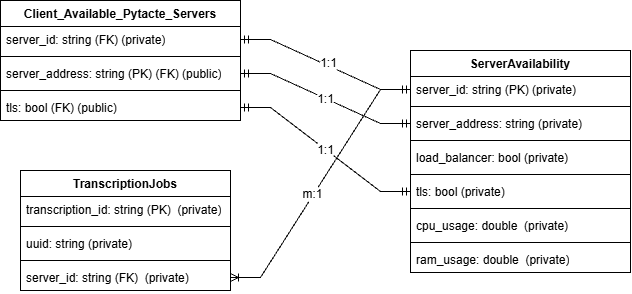
This is Pytacte-py/data/Database_Schema.drawio.png from CSharpTeoMan911/Pytacte, a draw.io export, as it was before one commit. Source tidied: cells renumbered, new cells last; positions are measured from the earlier drawing's top-left corner, leaving out a move shared by most shapes. Its diagram source:
```xml
<mxGraphModel background="light-dark(#ffffff, #121212)">
  <root>
    <mxCell id="0" />
    <mxCell id="1" parent="0" />
    <mxCell id="2" value="TranscriptionJobs&lt;div&gt;&lt;br&gt;&lt;/div&gt;" style="swimlane;fontStyle=1;align=center;verticalAlign=top;horizontal=1;startSize=26;whiteSpace=wrap;html=1;" parent="1" vertex="1">
      <mxGeometry x="20" y="170" width="210" height="120" as="geometry" />
    </mxCell>
    <mxCell id="3" value="transcription_id: string (PK)&amp;nbsp;&amp;nbsp;(private)" style="text;strokeColor=none;fillColor=none;align=left;verticalAlign=top;spacingLeft=4;spacingRight=4;overflow=hidden;whiteSpace=wrap;html=1;" parent="2" vertex="1">
      <mxGeometry y="26" width="210" height="26" as="geometry" />
    </mxCell>
    <mxCell id="4" style="line;strokeWidth=1;fillColor=none;align=left;verticalAlign=middle;spacingTop=-1;spacingLeft=3;spacingRight=3;labelPosition=right;strokeColor=inherit;labelPerimeter=1;" parent="2" vertex="1">
      <mxGeometry y="52" width="210" height="8" as="geometry" />
    </mxCell>
    <mxCell id="5" value="uuid: string (private)" style="text;strokeColor=none;fillColor=none;align=left;verticalAlign=top;spacingLeft=4;spacingRight=4;overflow=hidden;whiteSpace=wrap;html=1;" parent="2" vertex="1">
      <mxGeometry y="60" width="210" height="26" as="geometry" />
    </mxCell>
    <mxCell id="6" style="line;strokeWidth=1;fillColor=none;align=left;verticalAlign=middle;spacingTop=-1;spacingLeft=3;spacingRight=3;labelPosition=right;strokeColor=inherit;labelPerimeter=1;" parent="2" vertex="1">
      <mxGeometry y="86" width="210" height="8" as="geometry" />
    </mxCell>
    <mxCell id="7" value="server_id: string (FK)&amp;nbsp; (private)" style="text;strokeColor=none;fillColor=none;align=left;verticalAlign=top;spacingLeft=4;spacingRight=4;overflow=hidden;points=[[0,0.5],[1,0.5]];portConstraint=eastwest;whiteSpace=wrap;html=1;" parent="2" vertex="1">
      <mxGeometry y="94" width="210" height="26" as="geometry" />
    </mxCell>
    <mxCell id="8" value="ServerAvailability" style="swimlane;fontStyle=1;align=center;verticalAlign=top;horizontal=1;startSize=26;whiteSpace=wrap;html=1;" parent="1" vertex="1">
      <mxGeometry x="410" y="50" width="220" height="222" as="geometry" />
    </mxCell>
    <mxCell id="9" value="server_id: string (PK) (private)" style="text;strokeColor=none;fillColor=none;align=left;verticalAlign=top;spacingLeft=4;spacingRight=4;overflow=hidden;points=[[0,0.5],[1,0.5]];portConstraint=eastwest;whiteSpace=wrap;html=1;" parent="8" vertex="1">
      <mxGeometry y="26" width="220" height="26" as="geometry" />
    </mxCell>
    <mxCell id="10" style="line;strokeWidth=1;fillColor=none;align=left;verticalAlign=middle;spacingTop=-1;spacingLeft=3;spacingRight=3;labelPosition=right;strokeColor=inherit;labelPerimeter=1;" parent="8" vertex="1">
      <mxGeometry y="52" width="220" height="8" as="geometry" />
    </mxCell>
    <mxCell id="11" value="server_address: string (private)" style="text;strokeColor=none;fillColor=none;align=left;verticalAlign=top;spacingLeft=4;spacingRight=4;overflow=hidden;points=[[0,0.5],[1,0.5]];portConstraint=eastwest;whiteSpace=wrap;html=1;" parent="8" vertex="1">
      <mxGeometry y="60" width="220" height="26" as="geometry" />
    </mxCell>
    <mxCell id="12" style="line;strokeWidth=1;fillColor=none;align=left;verticalAlign=middle;spacingTop=-1;spacingLeft=3;spacingRight=3;labelPosition=right;strokeColor=inherit;labelPerimeter=1;" parent="8" vertex="1">
      <mxGeometry y="86" width="220" height="8" as="geometry" />
    </mxCell>
    <mxCell id="13" value="load_balancer: bool (private)" style="text;strokeColor=none;fillColor=none;align=left;verticalAlign=top;spacingLeft=4;spacingRight=4;overflow=hidden;whiteSpace=wrap;html=1;" parent="8" vertex="1">
      <mxGeometry y="94" width="220" height="26" as="geometry" />
    </mxCell>
    <mxCell id="14" style="line;strokeWidth=1;fillColor=none;align=left;verticalAlign=middle;spacingTop=-1;spacingLeft=3;spacingRight=3;labelPosition=right;strokeColor=inherit;labelPerimeter=1;" parent="8" vertex="1">
      <mxGeometry y="120" width="220" height="8" as="geometry" />
    </mxCell>
    <mxCell id="15" value="tls: bool (private)" style="text;strokeColor=none;fillColor=none;align=left;verticalAlign=top;spacingLeft=4;spacingRight=4;overflow=hidden;points=[[0,0.5],[1,0.5]];portConstraint=eastwest;whiteSpace=wrap;html=1;" parent="8" vertex="1">
      <mxGeometry y="128" width="220" height="26" as="geometry" />
    </mxCell>
    <mxCell id="16" style="line;strokeWidth=1;fillColor=none;align=left;verticalAlign=middle;spacingTop=-1;spacingLeft=3;spacingRight=3;labelPosition=right;strokeColor=inherit;labelPerimeter=1;" parent="8" vertex="1">
      <mxGeometry y="154" width="220" height="8" as="geometry" />
    </mxCell>
    <mxCell id="17" value="cpu_usage: double&amp;nbsp;&amp;nbsp;(private)" style="text;strokeColor=none;fillColor=none;align=left;verticalAlign=top;spacingLeft=4;spacingRight=4;overflow=hidden;whiteSpace=wrap;html=1;" parent="8" vertex="1">
      <mxGeometry y="162" width="220" height="26" as="geometry" />
    </mxCell>
    <mxCell id="18" style="line;strokeWidth=1;fillColor=none;align=left;verticalAlign=middle;spacingTop=-1;spacingLeft=3;spacingRight=3;labelPosition=right;strokeColor=inherit;labelPerimeter=1;" parent="8" vertex="1">
      <mxGeometry y="188" width="220" height="8" as="geometry" />
    </mxCell>
    <mxCell id="19" value="ram_usage: double&amp;nbsp;&amp;nbsp;(private)" style="text;strokeColor=none;fillColor=none;align=left;verticalAlign=top;spacingLeft=4;spacingRight=4;overflow=hidden;whiteSpace=wrap;html=1;" parent="8" vertex="1">
      <mxGeometry y="196" width="220" height="26" as="geometry" />
    </mxCell>
    <mxCell id="20" value="Client_Available_Pytacte_Servers" style="swimlane;fontStyle=1;align=center;verticalAlign=top;horizontal=1;startSize=26;whiteSpace=wrap;html=1;" parent="1" vertex="1">
      <mxGeometry width="240" height="120" as="geometry" />
    </mxCell>
    <mxCell id="21" value="server_id: string (FK) (private)" style="text;strokeColor=none;fillColor=none;align=left;verticalAlign=top;spacingLeft=4;spacingRight=4;overflow=hidden;points=[[0,0.5],[1,0.5]];portConstraint=eastwest;whiteSpace=wrap;html=1;" parent="20" vertex="1">
      <mxGeometry y="26" width="240" height="26" as="geometry" />
    </mxCell>
    <mxCell id="22" style="line;strokeWidth=1;fillColor=none;align=left;verticalAlign=middle;spacingTop=-1;spacingLeft=3;spacingRight=3;labelPosition=right;strokeColor=inherit;labelPerimeter=1;" parent="20" vertex="1">
      <mxGeometry y="52" width="240" height="8" as="geometry" />
    </mxCell>
    <mxCell id="23" value="server_address: string (PK) (FK) (public)" style="text;strokeColor=none;fillColor=none;align=left;verticalAlign=top;spacingLeft=4;spacingRight=4;overflow=hidden;points=[[0,0.5],[1,0.5]];portConstraint=eastwest;whiteSpace=wrap;html=1;" parent="20" vertex="1">
      <mxGeometry y="60" width="240" height="26" as="geometry" />
    </mxCell>
    <mxCell id="24" style="line;strokeWidth=1;fillColor=none;align=left;verticalAlign=middle;spacingTop=-1;spacingLeft=3;spacingRight=3;labelPosition=right;strokeColor=inherit;labelPerimeter=1;" parent="20" vertex="1">
      <mxGeometry y="86" width="240" height="8" as="geometry" />
    </mxCell>
    <mxCell id="25" value="tls: bool (FK) (public)" style="text;strokeColor=none;fillColor=none;align=left;verticalAlign=top;spacingLeft=4;spacingRight=4;overflow=hidden;points=[[0,0.5],[1,0.5]];portConstraint=eastwest;whiteSpace=wrap;html=1;" parent="20" vertex="1">
      <mxGeometry y="94" width="240" height="26" as="geometry" />
    </mxCell>
    <mxCell id="26" style="edgeStyle=entityRelationEdgeStyle;fontSize=12;html=1;endArrow=ERoneToMany;rounded=0;defaultLabelBackgroundColor=page;exitX=0;exitY=0.5;exitDx=0;exitDy=0;entryX=1;entryY=0.5;entryDx=0;entryDy=0;" parent="1" edge="1" source="9" target="7">
      <mxGeometry relative="1" as="geometry" />
    </mxCell>
    <mxCell id="27" value="m:1" style="edgeLabel;html=1;align=center;verticalAlign=middle;inheritText=1;fontSize=12;defaultLabelBackgroundColor=page;" parent="26" vertex="1">
      <mxGeometry x="0.1" y="-2" relative="1" as="geometry" />
    </mxCell>
    <mxCell id="28" style="edgeStyle=entityRelationEdgeStyle;fontSize=12;html=1;endArrow=ERmandOne;startArrow=ERmandOne;rounded=0;defaultLabelBackgroundColor=page;entryX=0;entryY=0.5;entryDx=0;entryDy=0;exitX=1;exitY=0.5;exitDx=0;exitDy=0;" parent="1" edge="1" source="21" target="9">
      <mxGeometry relative="1" as="geometry" />
    </mxCell>
    <mxCell id="29" value="1:1" style="edgeLabel;html=1;align=center;verticalAlign=middle;inheritText=1;fontSize=12;defaultLabelBackgroundColor=page;" parent="28" vertex="1">
      <mxGeometry x="0.02" y="2" relative="1" as="geometry" />
    </mxCell>
    <mxCell id="30" style="edgeStyle=entityRelationEdgeStyle;fontSize=12;html=1;endArrow=ERmandOne;startArrow=ERmandOne;rounded=0;defaultLabelBackgroundColor=page;entryX=0;entryY=0.5;entryDx=0;entryDy=0;exitX=1;exitY=0.5;exitDx=0;exitDy=0;" parent="1" edge="1" source="23" target="11">
      <mxGeometry relative="1" as="geometry" />
    </mxCell>
    <mxCell id="31" value="1:1" style="edgeLabel;html=1;align=center;verticalAlign=middle;inheritText=1;fontSize=12;defaultLabelBackgroundColor=page;" parent="30" vertex="1">
      <mxGeometry x="-0.01" y="-1" relative="1" as="geometry" />
    </mxCell>
    <mxCell id="32" style="edgeStyle=entityRelationEdgeStyle;fontSize=12;html=1;endArrow=ERmandOne;startArrow=ERmandOne;rounded=0;defaultLabelBackgroundColor=page;entryX=0;entryY=0.5;entryDx=0;entryDy=0;exitX=1;exitY=0.5;exitDx=0;exitDy=0;" parent="1" edge="1" source="25" target="15">
      <mxGeometry relative="1" as="geometry" />
    </mxCell>
    <mxCell id="33" value="1:1" style="edgeLabel;html=1;align=center;verticalAlign=middle;inheritText=1;fontSize=12;defaultLabelBackgroundColor=page;" parent="32" vertex="1">
      <mxGeometry x="-0.01" y="-1" relative="1" as="geometry" />
    </mxCell>
  </root>
</mxGraphModel>
```
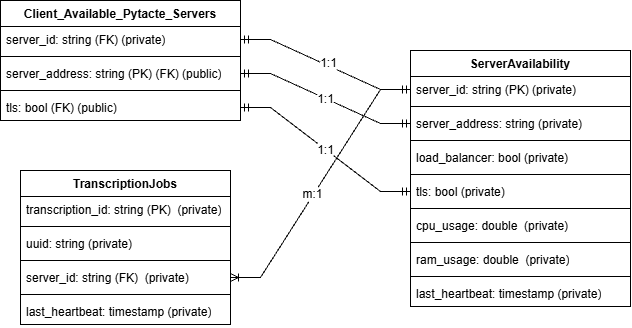
After the commit.

Diff of the diagram source:
```diff
@@ -3,7 +3,7 @@
     <mxCell id="0" />
     <mxCell id="1" parent="0" />
     <mxCell id="2" value="TranscriptionJobs&lt;div&gt;&lt;br&gt;&lt;/div&gt;" style="swimlane;fontStyle=1;align=center;verticalAlign=top;horizontal=1;startSize=26;whiteSpace=wrap;html=1;" parent="1" vertex="1">
-      <mxGeometry x="20" y="170" width="210" height="120" as="geometry" />
+      <mxGeometry x="20" y="170" width="210" height="154" as="geometry" />
     </mxCell>
     <mxCell id="3" value="transcription_id: string (PK)&amp;nbsp;&amp;nbsp;(private)" style="text;strokeColor=none;fillColor=none;align=left;verticalAlign=top;spacingLeft=4;spacingRight=4;overflow=hidden;whiteSpace=wrap;html=1;" parent="2" vertex="1">
       <mxGeometry y="26" width="210" height="26" as="geometry" />
@@ -20,8 +20,14 @@
     <mxCell id="7" value="server_id: string (FK)&amp;nbsp; (private)" style="text;strokeColor=none;fillColor=none;align=left;verticalAlign=top;spacingLeft=4;spacingRight=4;overflow=hidden;points=[[0,0.5],[1,0.5]];portConstraint=eastwest;whiteSpace=wrap;html=1;" parent="2" vertex="1">
       <mxGeometry y="94" width="210" height="26" as="geometry" />
     </mxCell>
+    <mxCell id="34" style="line;strokeWidth=1;fillColor=none;align=left;verticalAlign=middle;spacingTop=-1;spacingLeft=3;spacingRight=3;labelPosition=right;strokeColor=inherit;labelPerimeter=1;" parent="2" vertex="1">
+      <mxGeometry y="120" width="210" height="8" as="geometry" />
+    </mxCell>
+    <mxCell id="35" value="last_heartbeat: timestamp (private)" style="text;strokeColor=none;fillColor=none;align=left;verticalAlign=top;spacingLeft=4;spacingRight=4;overflow=hidden;whiteSpace=wrap;html=1;" parent="2" vertex="1">
+      <mxGeometry y="128" width="210" height="26" as="geometry" />
+    </mxCell>
     <mxCell id="8" value="ServerAvailability" style="swimlane;fontStyle=1;align=center;verticalAlign=top;horizontal=1;startSize=26;whiteSpace=wrap;html=1;" parent="1" vertex="1">
-      <mxGeometry x="410" y="50" width="220" height="222" as="geometry" />
+      <mxGeometry x="410" y="50" width="220" height="256" as="geometry" />
     </mxCell>
     <mxCell id="9" value="server_id: string (PK) (private)" style="text;strokeColor=none;fillColor=none;align=left;verticalAlign=top;spacingLeft=4;spacingRight=4;overflow=hidden;points=[[0,0.5],[1,0.5]];portConstraint=eastwest;whiteSpace=wrap;html=1;" parent="8" vertex="1">
       <mxGeometry y="26" width="220" height="26" as="geometry" />
@@ -56,6 +62,12 @@
     <mxCell id="19" value="ram_usage: double&amp;nbsp;&amp;nbsp;(private)" style="text;strokeColor=none;fillColor=none;align=left;verticalAlign=top;spacingLeft=4;spacingRight=4;overflow=hidden;whiteSpace=wrap;html=1;" parent="8" vertex="1">
       <mxGeometry y="196" width="220" height="26" as="geometry" />
     </mxCell>
+    <mxCell id="36" style="line;strokeWidth=1;fillColor=none;align=left;verticalAlign=middle;spacingTop=-1;spacingLeft=3;spacingRight=3;labelPosition=right;strokeColor=inherit;labelPerimeter=1;" parent="8" vertex="1">
+      <mxGeometry y="222" width="220" height="8" as="geometry" />
+    </mxCell>
+    <mxCell id="37" value="last_heartbeat: timestamp (private)" style="text;strokeColor=none;fillColor=none;align=left;verticalAlign=top;spacingLeft=4;spacingRight=4;overflow=hidden;whiteSpace=wrap;html=1;" parent="8" vertex="1">
+      <mxGeometry y="230" width="220" height="26" as="geometry" />
+    </mxCell>
     <mxCell id="20" value="Client_Available_Pytacte_Servers" style="swimlane;fontStyle=1;align=center;verticalAlign=top;horizontal=1;startSize=26;whiteSpace=wrap;html=1;" parent="1" vertex="1">
       <mxGeometry width="240" height="120" as="geometry" />
     </mxCell>
```
